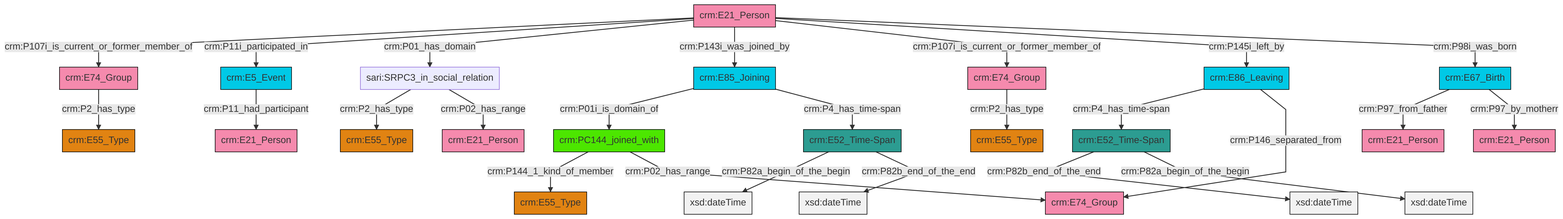
Earlier version of the Mermaid export et/personCSV/ttl/mmd/png/Person_Actor_Relations.png (swiss-art-research-net/docs.swissartresearch). Its source is kept beside it as et/personCSV/ttl/mmd/Person_Actor_Relations.ttl.mmd.
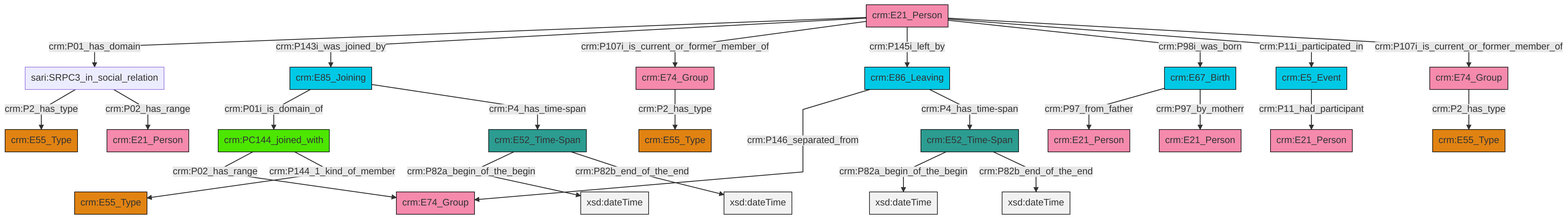
After the commit.

Change to the diagram source:
```diff
@@ -13,27 +13,27 @@
 classDef PC_Classes fill:#4ce600, stroke:#000000;
 classDef Multi fill:#cccccc,stroke:#000000;
 
-2["crm:PC144_joined_with"]:::PC_Classes -->|crm:P144_1_kind_of_member| 3["crm:E55_Type"]:::Type
-7["crm:E21_Person"]:::Actor -->|crm:P107i_is_current_or_former_member_of| 8["crm:E74_Group"]:::Actor
-9["sari:SRPC3_in_social_relation"]:::Default -->|crm:P2_has_type| 10["crm:E55_Type"]:::Type
-0["crm:E86_Leaving"]:::Temporal_Entity -->|crm:P4_has_time-span| 13["crm:E52_Time-Span"]:::Time-Span
-7["crm:E21_Person"]:::Actor -->|crm:P11i_participated_in| 14["crm:E5_Event"]:::Temporal_Entity
-8["crm:E74_Group"]:::Actor -->|crm:P2_has_type| 17["crm:E55_Type"]:::Type
-18["crm:E52_Time-Span"]:::Time-Span -->|crm:P82a_begin_of_the_begin| 19[xsd:dateTime]:::Literal
-0["crm:E86_Leaving"]:::Temporal_Entity -->|crm:P146_separated_from| 11["crm:E74_Group"]:::Actor
-20["crm:E85_Joining"]:::Temporal_Entity -->|crm:P01i_is_domain_of| 2["crm:PC144_joined_with"]:::PC_Classes
-14["crm:E5_Event"]:::Temporal_Entity -->|crm:P11_had_participant| 22["crm:E21_Person"]:::Actor
-7["crm:E21_Person"]:::Actor -->|crm:P01_has_domain| 9["sari:SRPC3_in_social_relation"]:::Default
-24["crm:E67_Birth"]:::Temporal_Entity -->|crm:P97_from_father| 26["crm:E21_Person"]:::Actor
-28["crm:E74_Group"]:::Actor -->|crm:P2_has_type| 4["crm:E55_Type"]:::Type
-13["crm:E52_Time-Span"]:::Time-Span -->|crm:P82b_end_of_the_end| 29[xsd:dateTime]:::Literal
-18["crm:E52_Time-Span"]:::Time-Span -->|crm:P82b_end_of_the_end| 32[xsd:dateTime]:::Literal
-7["crm:E21_Person"]:::Actor -->|crm:P143i_was_joined_by| 20["crm:E85_Joining"]:::Temporal_Entity
-7["crm:E21_Person"]:::Actor -->|crm:P107i_is_current_or_former_member_of| 28["crm:E74_Group"]:::Actor
-7["crm:E21_Person"]:::Actor -->|crm:P145i_left_by| 0["crm:E86_Leaving"]:::Temporal_Entity
-24["crm:E67_Birth"]:::Temporal_Entity -->|crm:P97_by_motherr| 35["crm:E21_Person"]:::Actor
-20["crm:E85_Joining"]:::Temporal_Entity -->|crm:P4_has_time-span| 18["crm:E52_Time-Span"]:::Time-Span
-7["crm:E21_Person"]:::Actor -->|crm:P98i_was_born| 24["crm:E67_Birth"]:::Temporal_Entity
-13["crm:E52_Time-Span"]:::Time-Span -->|crm:P82a_begin_of_the_begin| 43[xsd:dateTime]:::Literal
-9["sari:SRPC3_in_social_relation"]:::Default -->|crm:P02_has_range| 15["crm:E21_Person"]:::Actor
-2["crm:PC144_joined_with"]:::PC_Classes -->|crm:P02_has_range| 11["crm:E74_Group"]:::Actor
+4["crm:E52_Time-Span"]:::Time-Span -->|crm:P82a_begin_of_the_begin| 5[xsd:dateTime]:::Literal
+6["crm:E5_Event"]:::Temporal_Entity -->|crm:P11_had_participant| 7["crm:E21_Person"]:::Actor
+8["crm:E21_Person"]:::Actor -->|crm:P01_has_domain| 2["sari:SRPC3_in_social_relation"]:::Default
+11["crm:E74_Group"]:::Actor -->|crm:P2_has_type| 15["crm:E55_Type"]:::Type
+8["crm:E21_Person"]:::Actor -->|crm:P143i_was_joined_by| 19["crm:E85_Joining"]:::Temporal_Entity
+2["sari:SRPC3_in_social_relation"]:::Default -->|crm:P2_has_type| 20["crm:E55_Type"]:::Type
+8["crm:E21_Person"]:::Actor -->|crm:P107i_is_current_or_former_member_of| 17["crm:E74_Group"]:::Actor
+4["crm:E52_Time-Span"]:::Time-Span -->|crm:P82b_end_of_the_end| 24[xsd:dateTime]:::Literal
+26["crm:E67_Birth"]:::Temporal_Entity -->|crm:P97_from_father| 27["crm:E21_Person"]:::Actor
+28["crm:PC144_joined_with"]:::PC_Classes -->|crm:P02_has_range| 29["crm:E74_Group"]:::Actor
+31["crm:E52_Time-Span"]:::Time-Span -->|crm:P82a_begin_of_the_begin| 32[xsd:dateTime]:::Literal
+8["crm:E21_Person"]:::Actor -->|crm:P145i_left_by| 0["crm:E86_Leaving"]:::Temporal_Entity
+17["crm:E74_Group"]:::Actor -->|crm:P2_has_type| 22["crm:E55_Type"]:::Type
+28["crm:PC144_joined_with"]:::PC_Classes -->|crm:P144_1_kind_of_member| 9["crm:E55_Type"]:::Type
+0["crm:E86_Leaving"]:::Temporal_Entity -->|crm:P146_separated_from| 29["crm:E74_Group"]:::Actor
+8["crm:E21_Person"]:::Actor -->|crm:P98i_was_born| 26["crm:E67_Birth"]:::Temporal_Entity
+26["crm:E67_Birth"]:::Temporal_Entity -->|crm:P97_by_motherr| 33["crm:E21_Person"]:::Actor
+8["crm:E21_Person"]:::Actor -->|crm:P11i_participated_in| 6["crm:E5_Event"]:::Temporal_Entity
+19["crm:E85_Joining"]:::Temporal_Entity -->|crm:P01i_is_domain_of| 28["crm:PC144_joined_with"]:::PC_Classes
+8["crm:E21_Person"]:::Actor -->|crm:P107i_is_current_or_former_member_of| 11["crm:E74_Group"]:::Actor
+19["crm:E85_Joining"]:::Temporal_Entity -->|crm:P4_has_time-span| 31["crm:E52_Time-Span"]:::Time-Span
+0["crm:E86_Leaving"]:::Temporal_Entity -->|crm:P4_has_time-span| 4["crm:E52_Time-Span"]:::Time-Span
+2["sari:SRPC3_in_social_relation"]:::Default -->|crm:P02_has_range| 13["crm:E21_Person"]:::Actor
+31["crm:E52_Time-Span"]:::Time-Span -->|crm:P82b_end_of_the_end| 45[xsd:dateTime]:::Literal
```
